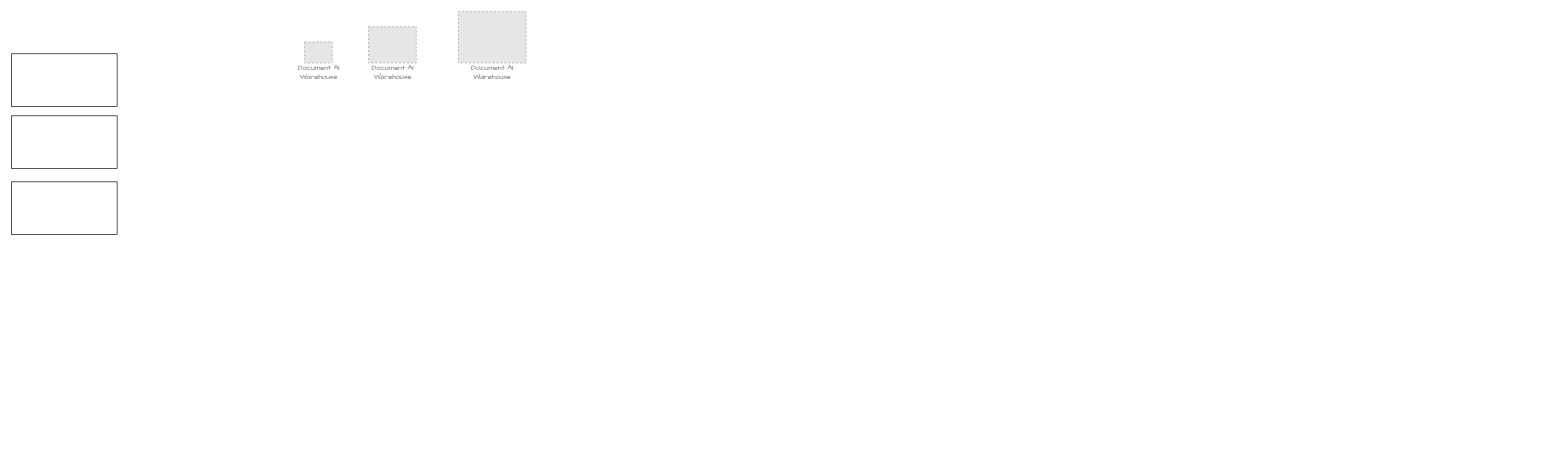
Before: docs/aiagents.drawio in nepagroup/agents, a draw.io diagram. Source tidied: cells renumbered, new cells numbered last; positions are measured from the earlier drawing's top-left corner, leaving out a move shared by most shapes. Both pictures are drawn from the tidied source at 66%, with x=0, y=0 at pixel (11, 11). Pictures stored in the file or linked from it are replaced by grey dashed boxes.
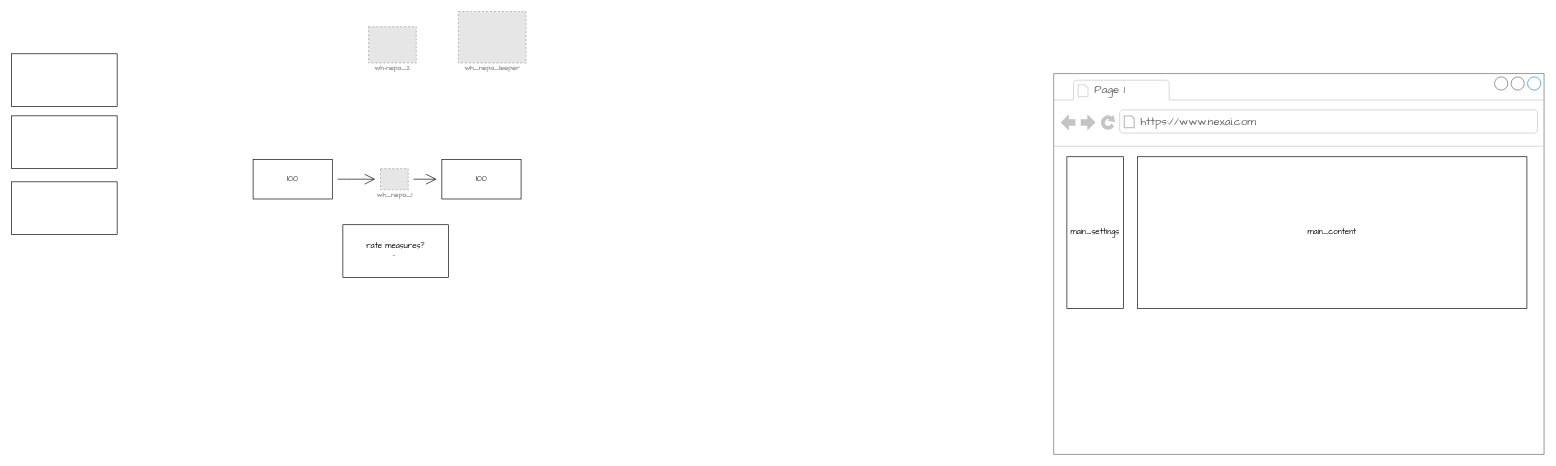
Above is the later version.

Diff of the diagram source:
```diff
@@
 <mxGraphModel>
   <root>
     <mxCell id="0" />
     <mxCell id="1" parent="0" />
     <mxCell id="2" style="rounded=0;whiteSpace=wrap;html=1;fontFamily=Architects Daughter;" parent="1" vertex="1">
       <mxGeometry y="158" width="160" height="80" as="geometry" />
     </mxCell>
     <mxCell id="3" style="rounded=0;whiteSpace=wrap;html=1;fontFamily=Architects Daughter;" parent="1" vertex="1">
       <mxGeometry y="258" width="160" height="80" as="geometry" />
     </mxCell>
     <mxCell id="4" style="rounded=0;whiteSpace=wrap;html=1;fontFamily=Architects Daughter;" parent="1" vertex="1">
       <mxGeometry y="64" width="160" height="80" as="geometry" />
     </mxCell>
+    <mxCell id="8" style="edgeStyle=none;curved=1;rounded=0;jettySize=auto;html=1;fontFamily=Architects Daughter;fontSize=16;startSize=14;endArrow=open;endSize=14;sourcePerimeterSpacing=8;targetPerimeterSpacing=8;" parent="1" edge="1" source="5" target="11">
+      <mxGeometry relative="1" as="geometry" />
+    </mxCell>
-    <mxCell id="5" value="Document AI&#10;Warehouse" style="fillColor=#E6E6E6;strokeColor=#999999;dashed=1;html=1;verticalAlign=top;labelPosition=center;verticalLabelPosition=bottom;align=center;spacingTop=-6;fontSize=11;fontStyle=1;fontColor=#999999;fontFamily=Architects Daughter;" parent="1" vertex="1">
-      <mxGeometry x="444" y="46" width="42" height="32" as="geometry" />
+    <mxCell id="5" value="wh_nepa_1" style="fillColor=#E6E6E6;strokeColor=#999999;dashed=1;html=1;verticalAlign=top;labelPosition=center;verticalLabelPosition=bottom;align=center;spacingTop=-6;fontSize=11;fontStyle=1;fontColor=#999999;fontFamily=Architects Daughter;" parent="1" vertex="1">
+      <mxGeometry x="559" y="238" width="42" height="32" as="geometry" />
     </mxCell>
-    <mxCell id="6" value="Document AI&#10;Warehouse" style="fillColor=#E6E6E6;strokeColor=#999999;dashed=1;html=1;verticalAlign=top;labelPosition=center;verticalLabelPosition=bottom;align=center;spacingTop=-6;fontSize=11;fontStyle=1;fontColor=#999999;fontFamily=Architects Daughter;" parent="1" vertex="1">
+    <mxCell id="6" value="wh-nepa_2" style="fillColor=#E6E6E6;strokeColor=#999999;dashed=1;html=1;verticalAlign=top;labelPosition=center;verticalLabelPosition=bottom;align=center;spacingTop=-6;fontSize=11;fontStyle=1;fontColor=#999999;fontFamily=Architects Daughter;" parent="1" vertex="1">
       <mxGeometry x="541" y="23" width="72.2" height="55" as="geometry" />
     </mxCell>
-    <mxCell id="7" value="Document AI&#10;Warehouse" style="fillColor=#E6E6E6;strokeColor=#999999;dashed=1;html=1;verticalAlign=top;labelPosition=center;verticalLabelPosition=bottom;align=center;spacingTop=-6;fontSize=11;fontStyle=1;fontColor=#999999;fontFamily=Architects Daughter;" parent="1" vertex="1">
+    <mxCell id="7" value="wh_nepa_leeper" style="fillColor=#E6E6E6;strokeColor=#999999;dashed=1;html=1;verticalAlign=top;labelPosition=center;verticalLabelPosition=bottom;align=center;spacingTop=-6;fontSize=11;fontStyle=1;fontColor=#999999;fontFamily=Architects Daughter;" parent="1" vertex="1">
       <mxGeometry x="677" width="102.4" height="78" as="geometry" />
     </mxCell>
+    <mxCell id="9" style="edgeStyle=none;curved=1;rounded=0;jettySize=auto;html=1;fontFamily=Architects Daughter;fontSize=16;startSize=14;endArrow=open;endSize=14;sourcePerimeterSpacing=8;targetPerimeterSpacing=8;" parent="1" edge="1" source="10" target="5">
+      <mxGeometry relative="1" as="geometry" />
+    </mxCell>
+    <mxCell id="10" value="100" style="rounded=0;whiteSpace=wrap;html=1;fontFamily=Architects Daughter;" parent="1" vertex="1">
+      <mxGeometry x="366" y="224" width="120" height="60" as="geometry" />
+    </mxCell>
+    <mxCell id="11" value="100" style="rounded=0;whiteSpace=wrap;html=1;fontFamily=Architects Daughter;" parent="1" vertex="1">
+      <mxGeometry x="652" y="224" width="120" height="60" as="geometry" />
+    </mxCell>
+    <mxCell id="12" value="rate measures?&lt;div&gt;-&amp;nbsp;&lt;/div&gt;" style="rounded=0;whiteSpace=wrap;html=1;fontFamily=Architects Daughter;" parent="1" vertex="1">
+      <mxGeometry x="502" y="323" width="160" height="80" as="geometry" />
+    </mxCell>
+    <mxCell id="13" style="strokeWidth=1;shadow=0;dashed=0;align=center;html=1;shape=mxgraph.mockup.containers.browserWindow;rSize=0;strokeColor=#666666;strokeColor2=#008cff;strokeColor3=#c4c4c4;mainText=,;fontFamily=Architects Daughter;" parent="1" vertex="1">
+      <mxGeometry x="1579" y="94" width="743" height="577" as="geometry" />
+    </mxCell>
+    <mxCell id="14" value="Page 1" style="strokeWidth=1;shadow=0;dashed=0;align=center;html=1;shape=mxgraph.mockup.containers.anchor;fontSize=17;fontColor=#666666;align=left;whiteSpace=wrap;fontFamily=Architects Daughter;" parent="13" vertex="1">
+      <mxGeometry x="60" y="12" width="110" height="26" as="geometry" />
+    </mxCell>
+    <mxCell id="15" value="https://www.nexai.com" style="strokeWidth=1;shadow=0;dashed=0;align=center;html=1;shape=mxgraph.mockup.containers.anchor;rSize=0;fontSize=17;fontColor=#666666;align=left;fontFamily=Architects Daughter;" parent="13" vertex="1">
+      <mxGeometry x="130" y="60" width="250" height="26" as="geometry" />
+    </mxCell>
+    <mxCell id="16" value="main_settings" style="rounded=0;whiteSpace=wrap;html=1;fontFamily=Architects Daughter;" parent="13" vertex="1">
+      <mxGeometry x="20" y="126" width="86" height="230" as="geometry" />
+    </mxCell>
+    <mxCell id="17" value="main_content" style="rounded=0;whiteSpace=wrap;html=1;fontFamily=Architects Daughter;" parent="13" vertex="1">
+      <mxGeometry x="127" y="126" width="590" height="230" as="geometry" />
+    </mxCell>
   </root>
 </mxGraphModel>
```
